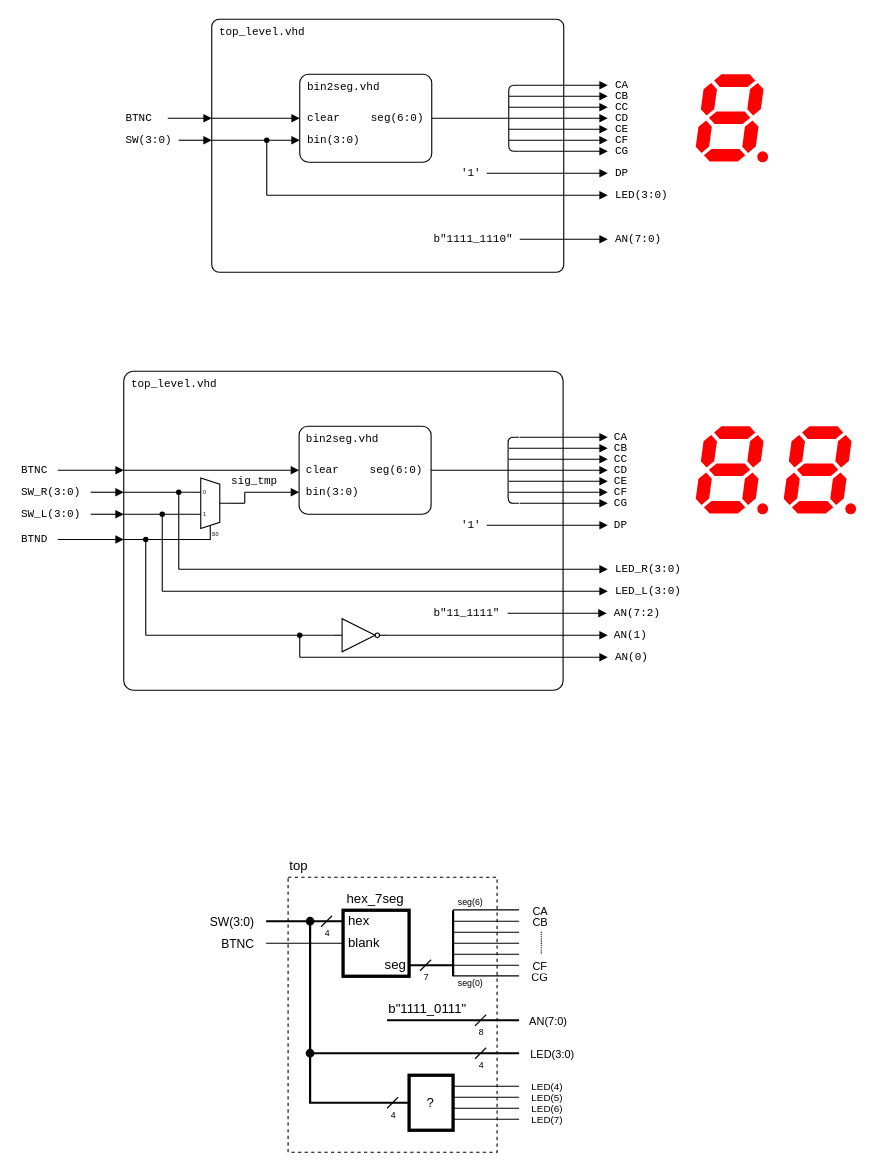
Earlier version of the draw.io diagram lab3-segment/images/lab3_segment.drawio (tomas-fryza/vhdl-course). Source tidied: cells renumbered, new cells numbered last; positions are measured from the earlier drawing's top-left corner, leaving out a move shared by most shapes. Both pictures are drawn from the tidied source at 110%, with x=0, y=0 at pixel (19, 19).
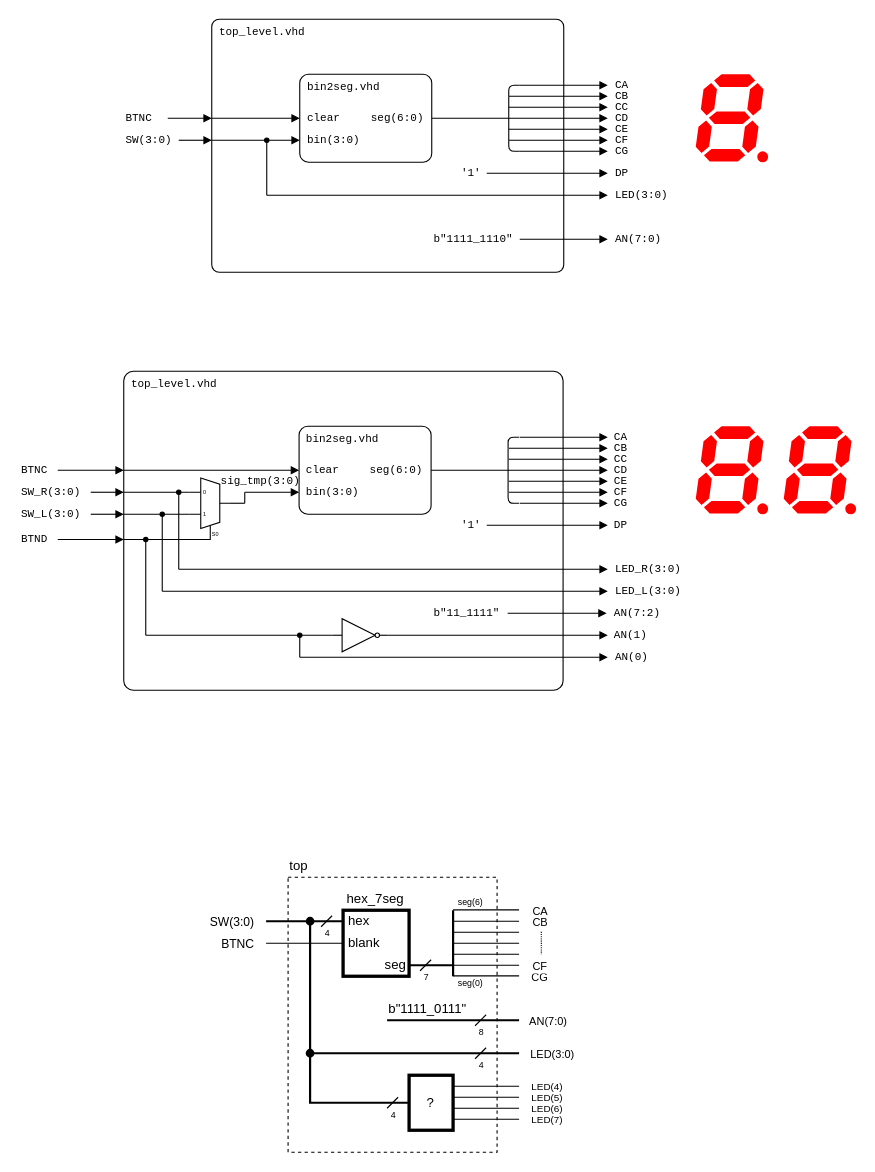
The same diagram, later.

Change to the diagram source:
```diff
@@
-    <mxCell id="116" value="sig_tmp" style="text;html=1;align=center;verticalAlign=middle;whiteSpace=wrap;rounded=0;fontFamily=Courier New;fontSize=10;fillOpacity=100;spacing=2;spacingLeft=0;" parent="1" vertex="1">
-      <mxGeometry x="194.4" y="410" width="40" height="20" as="geometry" />
+    <mxCell id="116" value="sig_tmp(3:0)" style="text;html=1;align=center;verticalAlign=middle;whiteSpace=wrap;rounded=0;fontFamily=Courier New;fontSize=10;fillOpacity=100;spacing=2;spacingLeft=0;" parent="1" vertex="1">
+      <mxGeometry x="194.4" y="410" width="50.6" height="20" as="geometry" />
     </mxCell>
```
